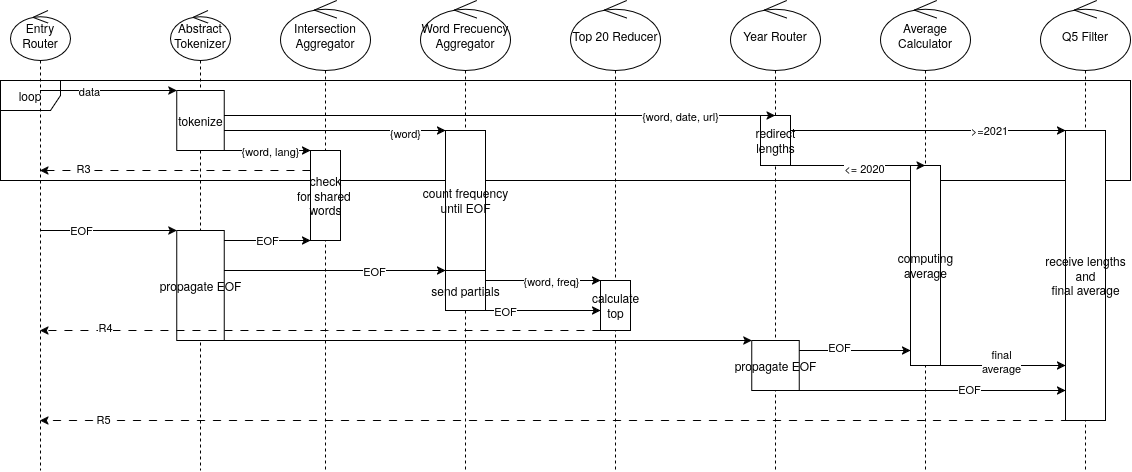
Above: diagrams/Distribuidos - TP Diseño-Secuencia=Q3_Q4_Q5.drawio.png in mrti259/fiuba-tp-template (draw.io), before the change. Source tidied: cells renumbered, new cells last; positions are measured from the earlier drawing's top-left corner, leaving out a move shared by most shapes.
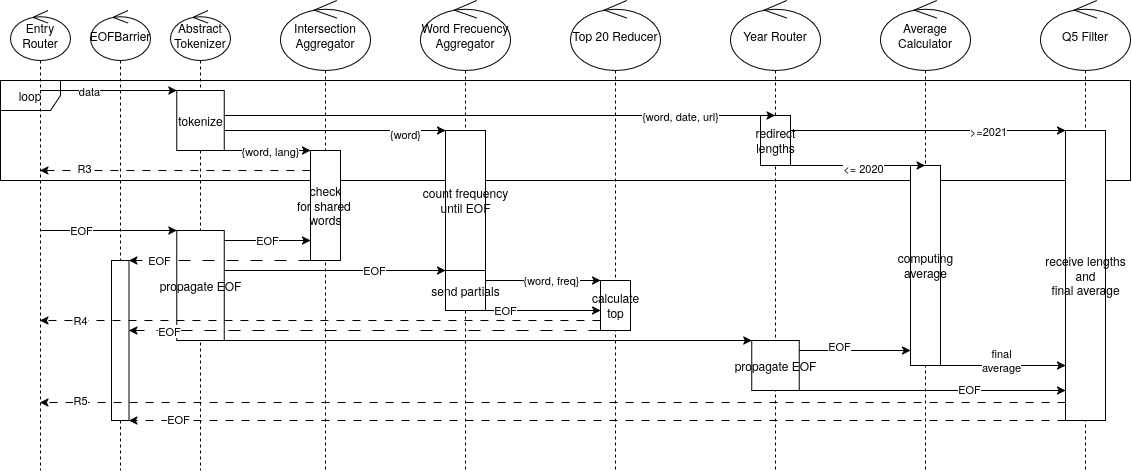
The same file after the commit.

Commit message:
TP diseño: elimina sinks, EOFBarrier en DAG; tareas por etapa con estimados

Diff of the diagram source:
```diff
@@ -47,16 +47,6 @@
     <mxCell id="16" value="computing&lt;div&gt;average&lt;/div&gt;" style="html=1;points=[[0,0,0,0,5],[0,1,0,0,-5],[1,0,0,0,5],[1,1,0,0,-5]];perimeter=orthogonalPerimeter;outlineConnect=0;targetShapes=umlLifeline;portConstraint=eastwest;newEdgeStyle={&quot;edgeStyle&quot;:&quot;sequenceEdgeStyle&quot;,&quot;libavoidRouting&quot;:0,&quot;curved&quot;:0,&quot;rounded&quot;:0};" parent="15" vertex="1">
       <mxGeometry x="30" y="165" width="30" height="200" as="geometry" />
     </mxCell>
-    <mxCell id="17" style="edgeStyle=sequenceEdgeStyle;rounded=0;jettySize=auto;html=1;libavoidRouting=0;curved=0;dashed=1;dashPattern=8 8;" parent="1" edge="1" source="19" target="31">
-      <mxGeometry x="-0.03" relative="1" as="geometry">
-        <Array as="points">
-          <mxPoint x="562" y="420" />
-        </Array>
-      </mxGeometry>
-    </mxCell>
-    <mxCell id="18" value="R5" style="edgeLabel;html=1;align=center;verticalAlign=middle;" parent="17" vertex="1">
-      <mxGeometry x="0.88" y="-2" relative="1" as="geometry" />
-    </mxCell>
     <mxCell id="19" value="Q5 Filter" style="shape=umlLifeline;perimeter=lifelinePerimeter;whiteSpace=wrap;html=1;outlineConnect=0;portConstraint=eastwest;newEdgeStyle={&quot;edgeStyle&quot;:&quot;sequenceEdgeStyle&quot;,&quot;libavoidRouting&quot;:0,&quot;curved&quot;:0,&quot;rounded&quot;:0};participant=umlControl;size=70;" parent="1" vertex="1">
       <mxGeometry x="1040" width="90" height="470" as="geometry" />
     </mxCell>
@@ -120,16 +110,6 @@
     <mxCell id="31" value="Entry Router" style="shape=umlLifeline;perimeter=lifelinePerimeter;whiteSpace=wrap;html=1;outlineConnect=0;portConstraint=eastwest;newEdgeStyle={&quot;edgeStyle&quot;:&quot;sequenceEdgeStyle&quot;,&quot;libavoidRouting&quot;:0,&quot;curved&quot;:0,&quot;rounded&quot;:0};participant=umlControl;size=50;" parent="1" vertex="1">
       <mxGeometry x="10" y="10" width="60" height="460" as="geometry" />
     </mxCell>
-    <mxCell id="32" style="edgeStyle=sequenceEdgeStyle;rounded=0;jettySize=auto;html=1;libavoidRouting=0;curved=0;dashed=1;dashPattern=8 8;" parent="1" edge="1" source="11" target="31">
-      <mxGeometry x="-0.05" relative="1" as="geometry">
-        <Array as="points">
-          <mxPoint x="319.8" y="330" />
-        </Array>
-      </mxGeometry>
-    </mxCell>
-    <mxCell id="33" value="R4" style="edgeLabel;html=1;align=center;verticalAlign=middle;" parent="32" vertex="1">
-      <mxGeometry x="0.77" y="-4" relative="1" as="geometry" />
-    </mxCell>
     <mxCell id="34" style="edgeStyle=sequenceEdgeStyle;rounded=0;jettySize=auto;html=1;libavoidRouting=0;curved=0;" parent="1" edge="1" source="4" target="48">
       <mxGeometry x="0.16" relative="1" as="geometry">
         <Array as="points">
@@ -210,8 +190,20 @@
     <mxCell id="47" value="EOF" style="edgeLabel;html=1;align=center;verticalAlign=middle;" parent="46" vertex="1">
       <mxGeometry x="-0.28" y="4" relative="1" as="geometry" />
     </mxCell>
+    <mxCell id="55" style="edgeStyle=sequenceEdgeStyle;rounded=0;jettySize=auto;html=1;libavoidRouting=0;curved=0;dashed=1;dashPattern=12 12;" parent="1" edge="1" source="48" target="62">
+      <mxGeometry x="0.42" relative="1" as="geometry">
+        <Array as="points">
+          <mxPoint x="219.2" y="260" />
+        </Array>
+      </mxGeometry>
+    </mxCell>
+    <mxCell id="56" value="EOF" style="edgeLabel;html=1;align=center;verticalAlign=middle;" parent="55" vertex="1">
+      <mxGeometry x="0.77" y="1" relative="1" as="geometry">
+        <mxPoint x="9" y="-1" as="offset" />
+      </mxGeometry>
+    </mxCell>
     <mxCell id="48" value="check&lt;div&gt;for shared&amp;nbsp;&lt;/div&gt;&lt;div&gt;words&lt;/div&gt;" style="html=1;points=[[0,0,0,0,5],[0,1,0,0,-5],[1,0,0,0,5],[1,1,0,0,-5]];perimeter=orthogonalPerimeter;outlineConnect=0;targetShapes=umlLifeline;portConstraint=eastwest;newEdgeStyle={&quot;edgeStyle&quot;:&quot;sequenceEdgeStyle&quot;,&quot;libavoidRouting&quot;:0,&quot;curved&quot;:0,&quot;rounded&quot;:0};" parent="1" vertex="1">
-      <mxGeometry x="310" y="150" width="30" height="90" as="geometry" />
+      <mxGeometry x="310" y="150" width="30" height="110" as="geometry" />
     </mxCell>
     <mxCell id="49" style="edgeStyle=sequenceEdgeStyle;rounded=0;jettySize=auto;html=1;libavoidRouting=0;curved=0;" parent="1" edge="1" source="12" target="20">
       <mxGeometry x="0.07" relative="1" as="geometry">
@@ -245,5 +237,56 @@
     <mxCell id="54" value="EOF" style="edgeLabel;html=1;align=center;verticalAlign=middle;" parent="53" vertex="1">
       <mxGeometry x="-0.41" relative="1" as="geometry" />
     </mxCell>
+    <mxCell id="57" style="edgeStyle=sequenceEdgeStyle;rounded=0;jettySize=auto;html=1;libavoidRouting=0;curved=0;dashed=1;dashPattern=12 12;" parent="1" edge="1" source="11" target="62">
+      <mxGeometry x="0.17" relative="1" as="geometry">
+        <Array as="points">
+          <mxPoint x="359.8" y="330" />
+        </Array>
+      </mxGeometry>
+    </mxCell>
+    <mxCell id="58" value="EOF" style="edgeLabel;html=1;align=center;verticalAlign=middle;" parent="57" vertex="1">
+      <mxGeometry x="0.83" y="1" relative="1" as="geometry" />
+    </mxCell>
+    <mxCell id="59" style="edgeStyle=sequenceEdgeStyle;rounded=0;jettySize=auto;html=1;libavoidRouting=0;curved=0;dashed=1;dashPattern=8 8;" parent="1" edge="1" target="62">
+      <mxGeometry x="0.06" relative="1" as="geometry">
+        <mxPoint x="1065" y="420" as="sourcePoint" />
+        <Array as="points">
+          <mxPoint x="592.2" y="420" />
+        </Array>
+      </mxGeometry>
+    </mxCell>
+    <mxCell id="60" value="EOF" style="edgeLabel;html=1;align=center;verticalAlign=middle;" parent="59" vertex="1">
+      <mxGeometry x="0.9" y="-2" relative="1" as="geometry" />
+    </mxCell>
+    <mxCell id="61" value="EOFBarrier" style="shape=umlLifeline;perimeter=lifelinePerimeter;whiteSpace=wrap;html=1;newEdgeStyle={&quot;edgeStyle&quot;:&quot;sequenceEdgeStyle&quot;,&quot;libavoidRouting&quot;:0,&quot;curved&quot;:0,&quot;rounded&quot;:0};participant=umlControl;size=50;" parent="1" vertex="1">
+      <mxGeometry x="90" y="10" width="60" height="460" as="geometry" />
+    </mxCell>
+    <mxCell id="62" style="html=1;points=[[0,0,0,0,5],[0,1,0,0,-5],[1,0,0,0,5],[1,1,0,0,-5]];perimeter=orthogonalPerimeter;outlineConnect=0;targetShapes=umlLifeline;portConstraint=eastwest;newEdgeStyle={&quot;edgeStyle&quot;:&quot;sequenceEdgeStyle&quot;,&quot;libavoidRouting&quot;:0,&quot;curved&quot;:0,&quot;rounded&quot;:0};fillColor=default;" parent="61" vertex="1">
+      <mxGeometry x="21" y="250" width="17.5" height="160" as="geometry" />
+    </mxCell>
+    <mxCell id="17" style="edgeStyle=sequenceEdgeStyle;rounded=0;jettySize=auto;html=1;libavoidRouting=0;curved=0;dashed=1;dashPattern=8 8;" parent="1" edge="1" source="20" target="31">
+      <mxGeometry x="-0.03" relative="1" as="geometry">
+        <Array as="points">
+          <mxPoint x="562" y="402" />
+        </Array>
+      </mxGeometry>
+    </mxCell>
+    <mxCell id="18" value="R5" style="edgeLabel;html=1;align=center;verticalAlign=middle;" parent="17" vertex="1">
+      <mxGeometry x="0.88" y="-2" relative="1" as="geometry">
+        <mxPoint x="-21" as="offset" />
+      </mxGeometry>
+    </mxCell>
+    <mxCell id="32" style="edgeStyle=sequenceEdgeStyle;rounded=0;jettySize=auto;html=1;libavoidRouting=0;curved=0;dashed=1;dashPattern=8 8;" parent="1" edge="1" source="11" target="31">
+      <mxGeometry x="-0.05" relative="1" as="geometry">
+        <Array as="points">
+          <mxPoint x="380" y="320" />
+        </Array>
+      </mxGeometry>
+    </mxCell>
+    <mxCell id="33" value="R4" style="edgeLabel;html=1;align=center;verticalAlign=middle;" parent="32" vertex="1">
+      <mxGeometry x="0.77" y="-4" relative="1" as="geometry">
+        <mxPoint x="-24" y="4" as="offset" />
+      </mxGeometry>
+    </mxCell>
   </root>
 </mxGraphModel>
```
